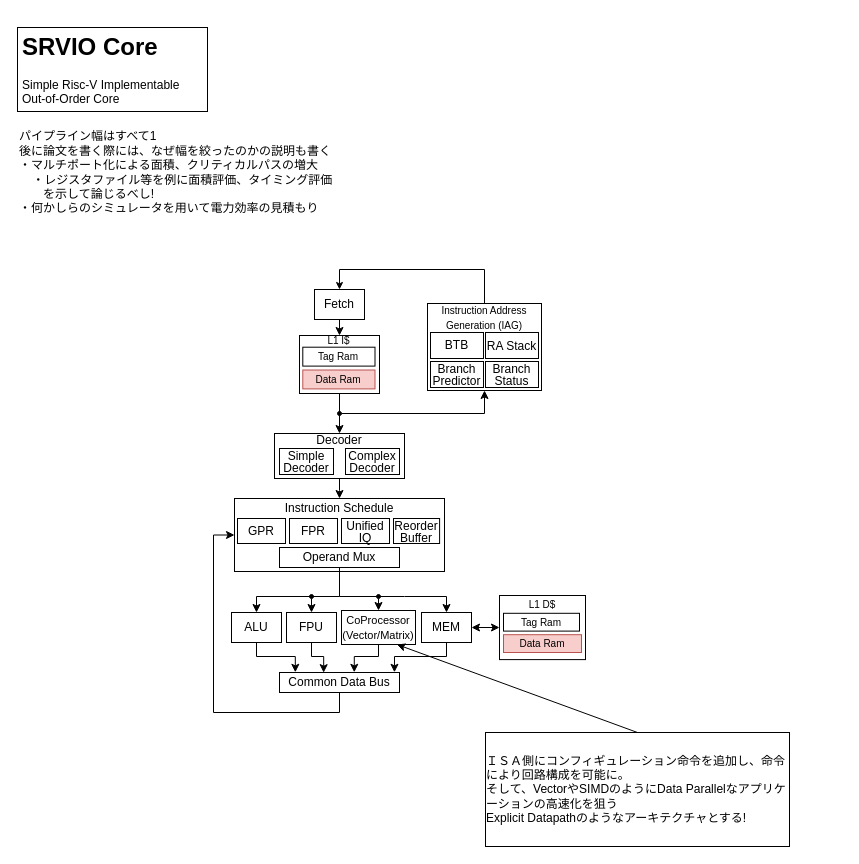
mfkiwl/srvio keeps this draw.io diagram as doc/arch/block_diagram.drawio. Above is the earlier version. Source tidied: cells renumbered, new cells numbered last; positions are measured from the earlier drawing's top-left corner, leaving out a move shared by most shapes. Both pictures are drawn from the tidied source at 100%, with x=0, y=0 at pixel (17, 27).
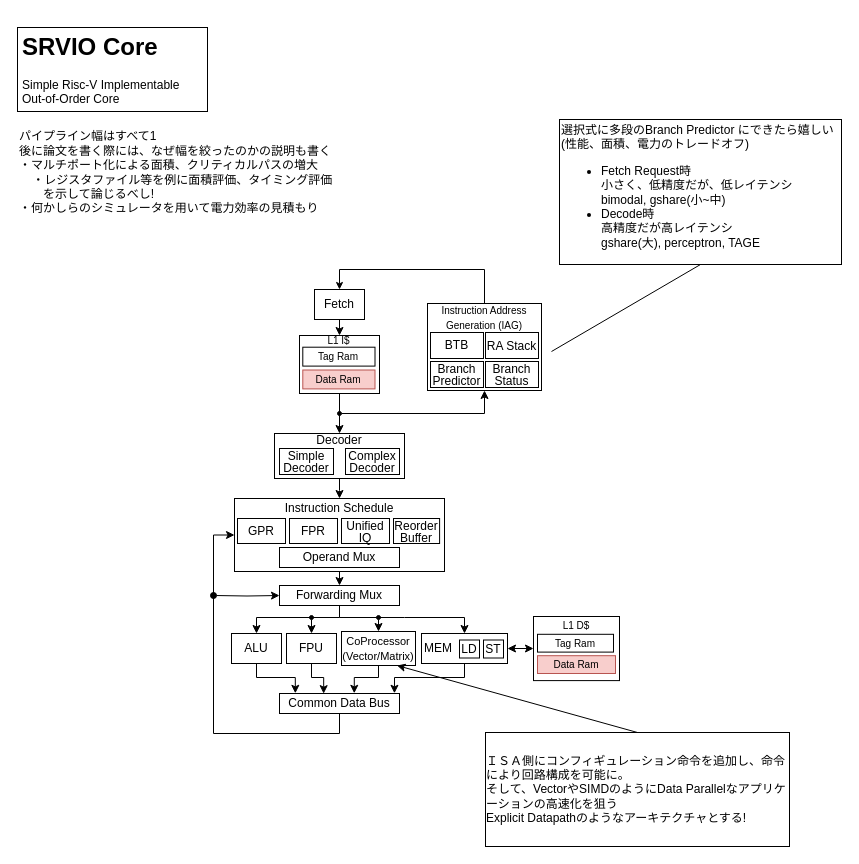
The same diagram, later.

Commit message (it also covers changes not shown here):
updated block diagrams

The change refers to these unchanged cells:
```xml
<mxCell id="2" style="rounded=0;whiteSpace=wrap;html=1;" parent="1" vertex="1">
  <mxGeometry x="217" y="471" width="210" height="73" as="geometry" />
</mxCell>
<mxCell id="27" style="rounded=0;whiteSpace=wrap;html=1;" parent="26" vertex="1">
  <mxGeometry width="86" height="64.1" as="geometry" />
</mxCell>
<mxCell id="33" value="Operand Mux" style="rounded=0;whiteSpace=wrap;html=1;" parent="1" vertex="1">
  <mxGeometry x="262" y="520" width="120" height="20" as="geometry" />
</mxCell>
```

The edit, as a diff of the source:
```diff
@@
+    <mxCell id="55" style="edgeStyle=orthogonalEdgeStyle;rounded=0;jettySize=auto;html=1;exitX=0.5;exitY=1;exitDx=0;exitDy=0;entryX=0.5;entryY=0;entryDx=0;entryDy=0;startArrow=none;startFill=0;" parent="1" edge="1" source="2" target="60">
+      <mxGeometry relative="1" as="geometry" />
+    </mxCell>
@@
     <mxCell id="7" style="edgeStyle=orthogonalEdgeStyle;rounded=0;jettySize=auto;html=1;exitX=0.5;exitY=1;exitDx=0;exitDy=0;entryX=0.132;entryY=-0.01;entryDx=0;entryDy=0;entryPerimeter=0;endArrow=classic;endFill=1;" parent="1" edge="1" source="9" target="15">
       <mxGeometry relative="1" as="geometry">
         <Array as="points">
-          <mxPoint x="239" y="629" />
-          <mxPoint x="278" y="629" />
+          <mxPoint x="239" y="650" />
+          <mxPoint x="278" y="650" />
         </Array>
       </mxGeometry>
     </mxCell>
-    <mxCell id="8" style="edgeStyle=orthogonalEdgeStyle;rounded=0;jettySize=auto;html=1;exitX=0.5;exitY=1;exitDx=0;exitDy=0;entryX=0.5;entryY=0;entryDx=0;entryDy=0;" parent="1" edge="1" source="33" target="9">
-      <mxGeometry relative="1" as="geometry">
-        <Array as="points">
-          <mxPoint x="322" y="569" />
-          <mxPoint x="239" y="569" />
-        </Array>
-      </mxGeometry>
-    </mxCell>
     <mxCell id="9" value="ALU" style="rounded=0;whiteSpace=wrap;html=1;" parent="1" vertex="1">
-      <mxGeometry x="214" y="585" width="50" height="30" as="geometry" />
+      <mxGeometry x="214" y="606" width="50" height="30" as="geometry" />
     </mxCell>
     <mxCell id="10" style="edgeStyle=orthogonalEdgeStyle;rounded=0;jettySize=auto;html=1;exitX=0.5;exitY=1;exitDx=0;exitDy=0;entryX=0.368;entryY=0.008;entryDx=0;entryDy=0;entryPerimeter=0;endArrow=classic;endFill=1;" parent="1" edge="1" source="12" target="15">
       <mxGeometry relative="1" as="geometry">
         <Array as="points">
-          <mxPoint x="294" y="629" />
-          <mxPoint x="306" y="629" />
+          <mxPoint x="294" y="650" />
+          <mxPoint x="306" y="650" />
         </Array>
       </mxGeometry>
     </mxCell>
     <mxCell id="11" style="edgeStyle=orthogonalEdgeStyle;rounded=0;jettySize=auto;html=1;entryX=0.5;entryY=0;entryDx=0;entryDy=0;startArrow=oval;startFill=1;startSize=4;" parent="1" edge="1" target="12">
       <mxGeometry relative="1" as="geometry">
-        <mxPoint x="294" y="569" as="sourcePoint" />
+        <mxPoint x="294" y="590" as="sourcePoint" />
       </mxGeometry>
     </mxCell>
     <mxCell id="12" value="FPU" style="rounded=0;whiteSpace=wrap;html=1;" parent="1" vertex="1">
-      <mxGeometry x="269" y="585" width="50" height="30" as="geometry" />
+      <mxGeometry x="269" y="606" width="50" height="30" as="geometry" />
     </mxCell>
     <mxCell id="13" style="edgeStyle=orthogonalEdgeStyle;rounded=0;jettySize=auto;html=1;exitX=0.5;exitY=1;exitDx=0;exitDy=0;entryX=0.623;entryY=-0.01;entryDx=0;entryDy=0;entryPerimeter=0;endArrow=classic;endFill=1;" parent="1" edge="1" source="25" target="15">
       <mxGeometry relative="1" as="geometry">
         <Array as="points">
-          <mxPoint x="361" y="629" />
-          <mxPoint x="337" y="629" />
+          <mxPoint x="361" y="650" />
+          <mxPoint x="337" y="650" />
         </Array>
       </mxGeometry>
     </mxCell>
-    <mxCell id="14" style="edgeStyle=orthogonalEdgeStyle;rounded=0;jettySize=auto;html=1;exitX=0.5;exitY=1;exitDx=0;exitDy=0;entryX=0;entryY=0.5;entryDx=0;entryDy=0;endArrow=classic;endFill=1;" parent="1" edge="1" source="15" target="2">
+    <mxCell id="14" style="edgeStyle=orthogonalEdgeStyle;rounded=0;jettySize=auto;html=1;exitX=0.5;exitY=1;exitDx=0;exitDy=0;entryX=0;entryY=0.5;entryDx=0;entryDy=0;" parent="1" edge="1" source="15" target="2">
       <mxGeometry relative="1" as="geometry">
         <Array as="points">
-          <mxPoint x="322" y="685" />
-          <mxPoint x="196" y="685" />
+          <mxPoint x="322" y="706" />
+          <mxPoint x="196" y="706" />
           <mxPoint x="196" y="508" />
-          <mxPoint x="217" y="508" />
         </Array>
       </mxGeometry>
     </mxCell>
     <mxCell id="15" value="Common Data Bus" style="rounded=0;whiteSpace=wrap;html=1;" parent="1" vertex="1">
-      <mxGeometry x="262" y="645" width="120" height="20" as="geometry" />
+      <mxGeometry x="262" y="666" width="120" height="20" as="geometry" />
     </mxCell>
@@
     <mxCell id="20" style="edgeStyle=orthogonalEdgeStyle;rounded=0;jettySize=auto;html=1;entryX=0.5;entryY=0;entryDx=0;entryDy=0;endArrow=classic;endFill=1;" parent="1" edge="1" target="23">
       <mxGeometry relative="1" as="geometry">
-        <mxPoint x="322" y="569" as="sourcePoint" />
+        <mxPoint x="322" y="590" as="sourcePoint" />
         <Array as="points">
-          <mxPoint x="387" y="569" />
-          <mxPoint x="429" y="569" />
+          <mxPoint x="387" y="590" />
+          <mxPoint x="429" y="590" />
         </Array>
       </mxGeometry>
     </mxCell>
     <mxCell id="21" style="edgeStyle=orthogonalEdgeStyle;rounded=0;jettySize=auto;html=1;exitX=0.5;exitY=1;exitDx=0;exitDy=0;entryX=0.958;entryY=-0.011;entryDx=0;entryDy=0;entryPerimeter=0;endArrow=classic;endFill=1;" parent="1" edge="1" source="23" target="15">
       <mxGeometry relative="1" as="geometry">
         <Array as="points">
-          <mxPoint x="429" y="629" />
-          <mxPoint x="377" y="629" />
+          <mxPoint x="447" y="650" />
+          <mxPoint x="377" y="650" />
         </Array>
       </mxGeometry>
     </mxCell>
-    <mxCell id="22" style="edgeStyle=orthogonalEdgeStyle;rounded=0;jettySize=auto;html=1;exitX=1;exitY=0.5;exitDx=0;exitDy=0;entryX=0;entryY=0.5;entryDx=0;entryDy=0;endArrow=classic;endFill=1;startArrow=classic;startFill=1;" parent="1" edge="1" source="23" target="27">
+    <mxCell id="22" style="edgeStyle=orthogonalEdgeStyle;rounded=0;jettySize=auto;html=1;exitX=1;exitY=0.5;exitDx=0;exitDy=0;entryX=0;entryY=0.5;entryDx=0;entryDy=0;startArrow=classic;startFill=1;" parent="1" edge="1" source="23" target="27">
       <mxGeometry relative="1" as="geometry" />
     </mxCell>
-    <mxCell id="23" value="MEM" style="rounded=0;whiteSpace=wrap;html=1;" parent="1" vertex="1">
-      <mxGeometry x="404" y="585" width="50" height="30" as="geometry" />
+    <mxCell id="23" style="rounded=0;whiteSpace=wrap;html=1;" parent="1" vertex="1">
+      <mxGeometry x="404" y="606" width="86" height="30" as="geometry" />
     </mxCell>
     <mxCell id="24" style="edgeStyle=orthogonalEdgeStyle;rounded=0;jettySize=auto;html=1;exitX=0.5;exitY=0;exitDx=0;exitDy=0;entryX=0.5;entryY=0;entryDx=0;entryDy=0;startArrow=oval;startFill=1;startSize=4;" parent="1" edge="1" target="25">
       <mxGeometry relative="1" as="geometry">
-        <mxPoint x="361" y="569" as="sourcePoint" />
+        <mxPoint x="361" y="590" as="sourcePoint" />
       </mxGeometry>
     </mxCell>
     <mxCell id="25" value="&lt;font style=&quot;font-size: 11px&quot;&gt;CoProcessor&lt;br&gt;(Vector/Matrix)&lt;/font&gt;" style="rounded=0;whiteSpace=wrap;html=1;" parent="1" vertex="1">
-      <mxGeometry x="324" y="583" width="74" height="34" as="geometry" />
+      <mxGeometry x="324" y="604" width="74" height="34" as="geometry" />
     </mxCell>
     <mxCell id="26" style="group;" parent="1" vertex="1">
-      <mxGeometry x="482" y="568" width="86" height="64.1" as="geometry" />
+      <mxGeometry x="516" y="589" width="86" height="64.1" as="geometry" />
     </mxCell>
@@
+    <mxCell id="56" value="&lt;div&gt;選択式に多段のBranch Predictor にできたら嬉しい&lt;/div&gt;&lt;div&gt;(性能、面積、&lt;span&gt;電力のトレードオフ)&lt;/span&gt;&lt;/div&gt;&lt;div&gt;&lt;ul&gt;&lt;li&gt;Fetch Request時&lt;br&gt;小さく、&lt;span&gt;低精度だが、低レイテンシ&lt;br&gt;bimodal, gshare(小~中)&lt;/span&gt;&lt;/li&gt;&lt;li&gt;&lt;span&gt;Decode時&lt;br&gt;&lt;/span&gt;高精度だが高レイテンシ&lt;br&gt;gshare(大), perceptron, TAGE&lt;/li&gt;&lt;/ul&gt;&lt;/div&gt;" style="rounded=0;whiteSpace=wrap;html=1;align=left;" parent="1" vertex="1">
+      <mxGeometry x="542" y="92" width="282" height="145" as="geometry" />
+    </mxCell>
+    <mxCell id="57" style="endArrow=none;html=1;entryX=0.5;entryY=1;entryDx=0;entryDy=0;" parent="1" edge="1" target="56">
+      <mxGeometry relative="1" as="geometry">
+        <mxPoint x="534" y="324" as="sourcePoint" />
+      </mxGeometry>
+    </mxCell>
+    <mxCell id="58" style="edgeStyle=orthogonalEdgeStyle;rounded=0;jettySize=auto;html=1;exitX=0.5;exitY=1;exitDx=0;exitDy=0;entryX=0.5;entryY=0;entryDx=0;entryDy=0;" parent="1" edge="1" source="60" target="9">
+      <mxGeometry relative="1" as="geometry">
+        <Array as="points">
+          <mxPoint x="322" y="590" />
+          <mxPoint x="239" y="590" />
+        </Array>
+      </mxGeometry>
+    </mxCell>
+    <mxCell id="59" style="edgeStyle=orthogonalEdgeStyle;rounded=0;jettySize=auto;html=1;exitX=0;exitY=0.5;exitDx=0;exitDy=0;entryX=0;entryY=0.5;entryDx=0;entryDy=0;startArrow=oval;startFill=1;" parent="1" edge="1" target="60">
+      <mxGeometry relative="1" as="geometry">
+        <mxPoint x="196" y="568" as="sourcePoint" />
+      </mxGeometry>
+    </mxCell>
+    <mxCell id="60" value="Forwarding Mux" style="rounded=0;whiteSpace=wrap;html=1;" parent="1" vertex="1">
+      <mxGeometry x="262" y="558" width="120" height="20" as="geometry" />
+    </mxCell>
+    <mxCell id="61" value="MEM" style="text;html=1;strokeColor=none;fillColor=none;align=center;verticalAlign=middle;whiteSpace=wrap;rounded=0;" parent="1" vertex="1">
+      <mxGeometry x="404" y="611.5" width="34" height="19" as="geometry" />
+    </mxCell>
+    <mxCell id="62" value="LD" style="rounded=0;whiteSpace=wrap;html=1;" parent="1" vertex="1">
+      <mxGeometry x="442" y="612.5" width="20" height="18" as="geometry" />
+    </mxCell>
+    <mxCell id="63" value="ST" style="rounded=0;whiteSpace=wrap;html=1;" parent="1" vertex="1">
+      <mxGeometry x="466" y="612.5" width="20" height="18" as="geometry" />
+    </mxCell>
```
